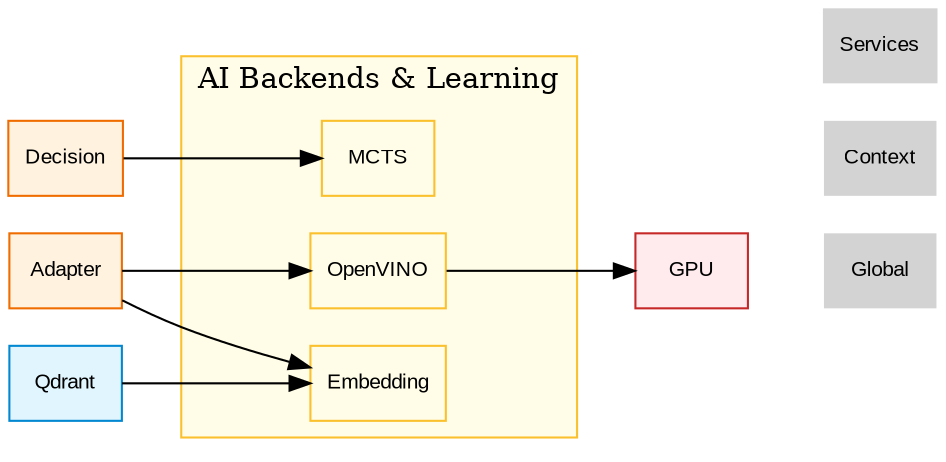
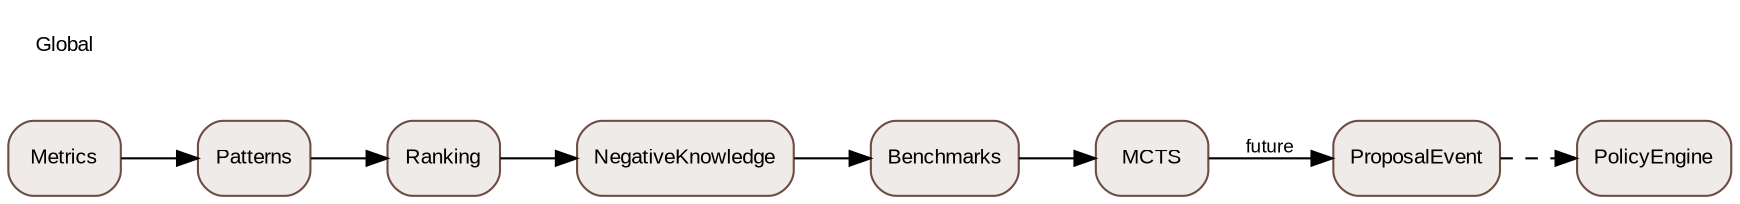
digraph Learning {
    rankdir=LR;
-     node [shape=box, style=filled, fontname="Arial", fontsize=10];
+     node [shape=box, style="rounded,filled", fontname="Arial", fontsize=10, fillcolor="#efebe9", color="#6d4c41"];
+     edge [fontname="Arial", fontsize=9];

-     subgraph cluster_ai {
-         label="AI Backends & Learning";
-         color="#fbc02d"; bgcolor="#fffde7";
-         node [fillcolor="#fffde7", color="#fbc02d"];
-         OpenVINO [URL="60_learning.svg"];
-         Embedding[URL="60_learning.svg"];
-         MCTS     [URL="60_learning.svg"];
-     }
+     Metrics -> Patterns -> Ranking -> NegativeKnowledge -> Benchmarks -> MCTS;
+     MCTS -> ProposalEvent [label="future"];
+     ProposalEvent -> PolicyEngine [style=dashed];

-     Adapter [fillcolor="#fff3e0", color="#ef6c00", URL="../context/decision_engine/24_decision_engine.svg"];
-     Decision [fillcolor="#fff3e0", color="#ef6c00", URL="../context/decision_engine/24_decision_engine.svg"];
-     Qdrant [fillcolor="#e1f5fe", color="#0288d1", URL="../services/30_services.svg"];
-     GPU [fillcolor="#ffebee", color="#c62828", URL="../00_global.svg"];
- 
-     // Edges
-     Adapter -> OpenVINO;      // Pilote OpenVINO
-     Adapter -> Embedding;     // Pilote Embedding
-     Qdrant -> Embedding;      // Vecteurs
-     Decision -> MCTS;         // Lancement MCTS
-     OpenVINO -> GPU;          // Exécution GPU
- 
-     // Navigation
-     Nav_Global [label="Global", shape=plaintext, URL="../00_global.svg"];
-     Nav_Context [label="Context", shape=plaintext, URL="../context/20_context.svg"];
-     Nav_Services [label="Services", shape=plaintext, URL="../services/30_services.svg"];
-     { rank=sink; Nav_Global; Nav_Context; Nav_Services; }
+     Nav_Global [label="Global", shape=plaintext, URL="../00_global.svg", fillcolor="white", color="white"];
}
